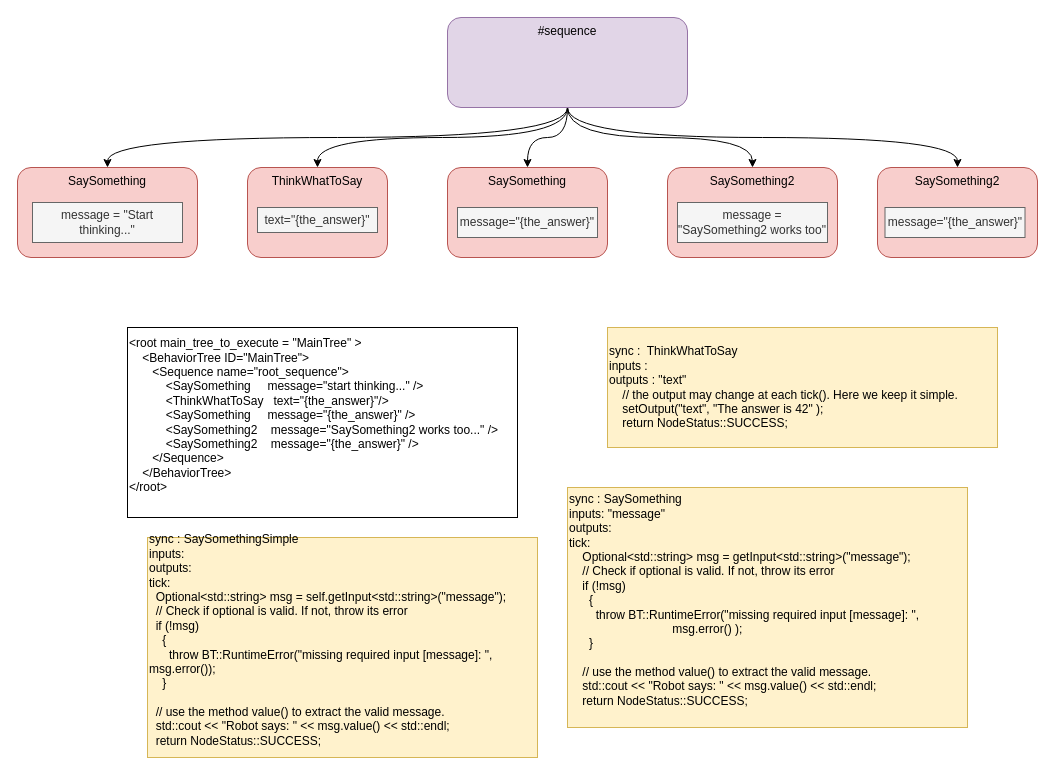
This is tree.drawio from guitarvydas/behavior_tree_to_cpp, a draw.io file, before an edit. Source tidied: cells renumbered, new cells numbered last; positions are measured from the earlier drawing's top-left corner, leaving out a move shared by most shapes. Both pictures are drawn from the tidied source at 100%, with x=0, y=0 at pixel (17, 17).
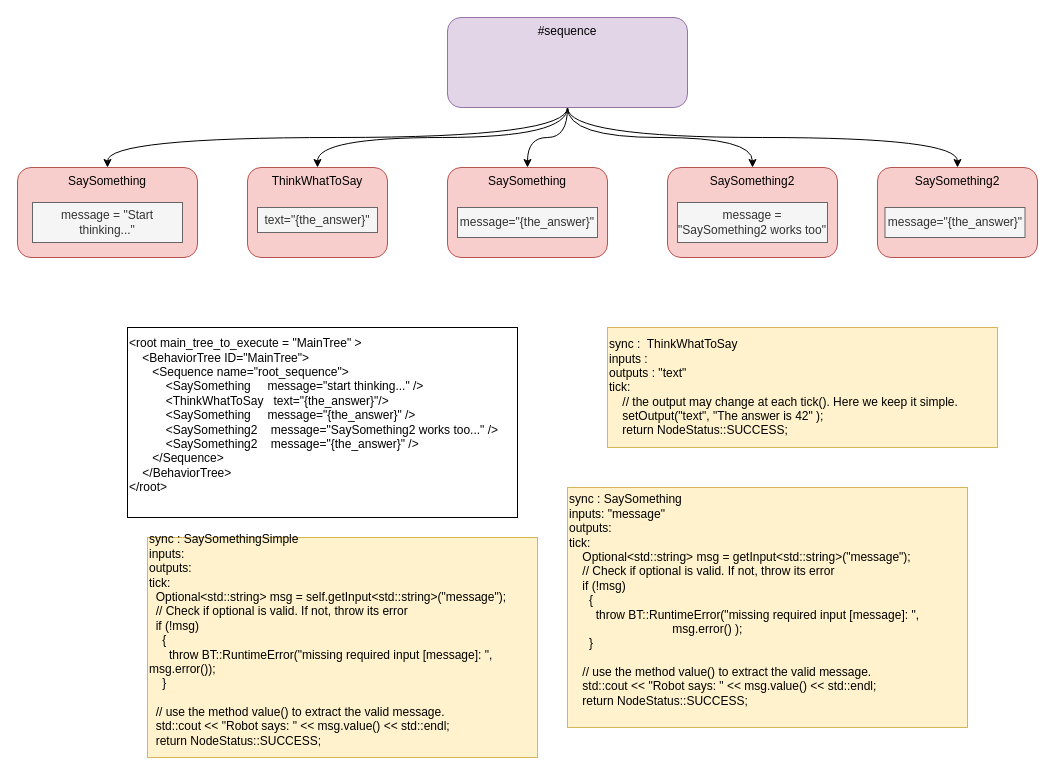
The same diagram, later.

Diff of the diagram source:
```diff
@@
-    <mxCell id="19" value="&lt;span&gt;sync :&amp;nbsp; ThinkWhatToSay&lt;br&gt;inputs :&lt;br&gt;outputs : &quot;text&quot;&lt;br&gt;&lt;/span&gt;&lt;span&gt;&amp;nbsp; &amp;nbsp; // the output may change at each tick(). Here we keep it simple.&lt;/span&gt;&lt;br&gt;&lt;span&gt;&amp;nbsp; &amp;nbsp; setOutput(&quot;text&quot;, &quot;The answer is 42&quot; );&lt;/span&gt;&lt;br&gt;&lt;span&gt;&amp;nbsp; &amp;nbsp; return NodeStatus::SUCCESS;&lt;/span&gt;" style="rounded=0;whiteSpace=wrap;html=1;align=left;fillColor=#fff2cc;strokeColor=#d6b656;" parent="1" vertex="1">
+    <mxCell id="19" value="&lt;span&gt;sync :&amp;nbsp; ThinkWhatToSay&lt;br&gt;inputs :&lt;br&gt;outputs : &quot;text&quot;&lt;br&gt;tick:&lt;br&gt;&lt;/span&gt;&lt;span&gt;&amp;nbsp; &amp;nbsp; // the output may change at each tick(). Here we keep it simple.&lt;/span&gt;&lt;br&gt;&lt;span&gt;&amp;nbsp; &amp;nbsp; setOutput(&quot;text&quot;, &quot;The answer is 42&quot; );&lt;/span&gt;&lt;br&gt;&lt;span&gt;&amp;nbsp; &amp;nbsp; return NodeStatus::SUCCESS;&lt;/span&gt;" style="rounded=0;whiteSpace=wrap;html=1;align=left;fillColor=#fff2cc;strokeColor=#d6b656;" parent="1" vertex="1">
       <mxGeometry x="590" y="310" width="390" height="120" as="geometry" />
     </mxCell>
```
